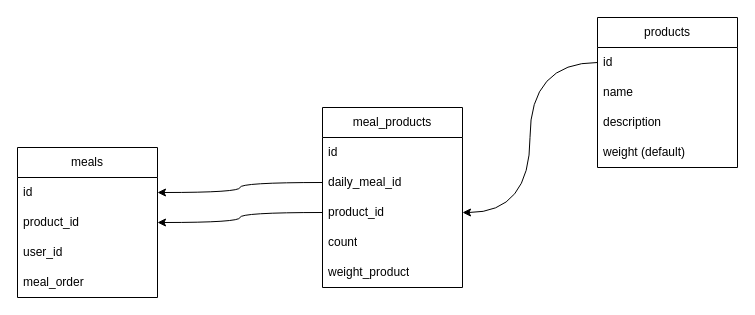
Earlier version of the draw.io diagram schemes/db.drawio (lewenbraun/biostate-backend). Source tidied: cells renumbered, new cells numbered last; positions are measured from the earlier drawing's top-left corner, leaving out a move shared by most shapes. Both pictures are drawn from the tidied source at 100%, with x=0, y=0 at pixel (17, 17).
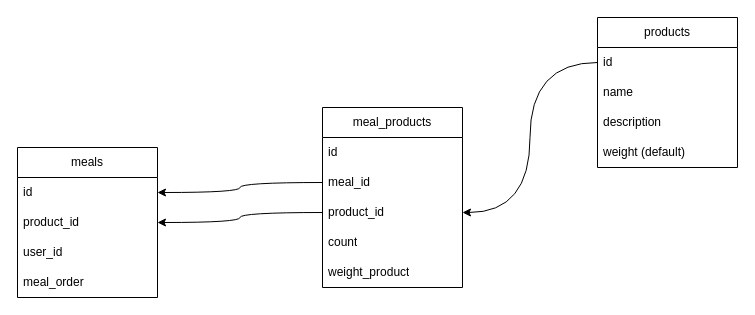
Above is the later version.

Commit message (it also covers changes not shown here):
feat: logic change weight from daily meal

Unchanged cells that the change refers to:
```xml
<mxCell id="12" value="meal_products" style="swimlane;fontStyle=0;horizontal=1;startSize=30;whiteSpace=wrap;html=1;" parent="1" vertex="1">
  <mxGeometry x="305" y="90" width="140" height="180" as="geometry" />
</mxCell>
```

Change to the diagram source:
```diff
@@
-    <mxCell id="14" value="daily_meal_id" style="text;strokeColor=none;fillColor=none;align=left;verticalAlign=middle;spacingLeft=4;spacingRight=4;overflow=hidden;points=[[0,0.5],[1,0.5]];portConstraint=eastwest;whiteSpace=wrap;html=1;" parent="12" vertex="1">
+    <mxCell id="14" value="meal_id" style="text;strokeColor=none;fillColor=none;align=left;verticalAlign=middle;spacingLeft=4;spacingRight=4;overflow=hidden;points=[[0,0.5],[1,0.5]];portConstraint=eastwest;whiteSpace=wrap;html=1;" parent="12" vertex="1">
       <mxGeometry y="60" width="140" height="30" as="geometry" />
     </mxCell>
```
